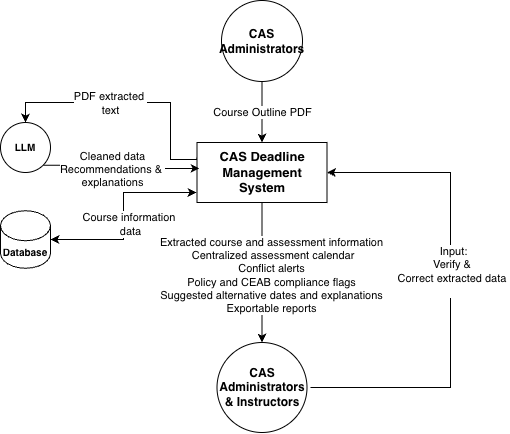
shivyam/cas-course-optimization keeps this draw.io diagram as docs/SRS-IEEE/SystemContext2.3.png. Above is the earlier version. Source tidied: cells renumbered, new cells last; positions are measured from the earlier drawing's top-left corner, leaving out a move shared by most shapes. The source it was exported from:
```xml
<mxGraphModel>
  <root>
    <mxCell id="0" />
    <mxCell id="1" parent="0" />
    <mxCell id="2" style="edgeStyle=orthogonalEdgeStyle;rounded=0;jettySize=auto;html=1;entryX=1;entryY=0.5;entryDx=0;entryDy=0;" parent="1" edge="1" target="9">
      <mxGeometry relative="1" as="geometry">
        <mxPoint x="310" y="387" as="sourcePoint" />
        <Array as="points">
          <mxPoint x="450" y="387" />
          <mxPoint x="450" y="172" />
        </Array>
      </mxGeometry>
    </mxCell>
    <mxCell id="3" value="&lt;div&gt;Input:&lt;/div&gt;&lt;div&gt;Verify &amp;amp;&amp;nbsp;&lt;/div&gt;&lt;div&gt;Correct extracted data&amp;nbsp;&lt;/div&gt;&lt;div&gt;&lt;br&gt;&lt;/div&gt;" style="edgeLabel;html=1;align=center;verticalAlign=middle;" parent="2" vertex="1">
      <mxGeometry x="0.24" y="-3" relative="1" as="geometry">
        <mxPoint y="41" as="offset" />
      </mxGeometry>
    </mxCell>
    <mxCell id="4" value="&lt;p&gt;&lt;b&gt;CAS Administrators &amp;amp; Instructors&lt;/b&gt;&lt;/p&gt;&lt;p&gt;&lt;/p&gt;" style="ellipse;whiteSpace=wrap;html=1;" parent="1" vertex="1">
      <mxGeometry x="216.5" y="342" width="90" height="90" as="geometry" />
    </mxCell>
    <mxCell id="5" style="edgeStyle=orthogonalEdgeStyle;rounded=0;jettySize=auto;html=1;exitX=0.5;exitY=1;exitDx=0;exitDy=0;" parent="1" edge="1" source="9" target="4">
      <mxGeometry relative="1" as="geometry" />
    </mxCell>
    <mxCell id="6" value="&lt;div&gt;&lt;span&gt;Extracted course and assessment information&lt;/span&gt;&lt;/div&gt;&lt;div&gt;&lt;span&gt;&amp;nbsp;Centralized assessment calendar&lt;/span&gt;&lt;/div&gt;&lt;div&gt;&lt;span&gt;Conflict alerts&lt;/span&gt;&lt;/div&gt;&lt;div&gt;&lt;span&gt;Policy and CEAB compliance flags&lt;/span&gt;&lt;/div&gt;&lt;div&gt;&lt;span style=&quot;color: light-dark(rgb(0, 0, 0), rgb(255, 255, 255));&quot;&gt;Suggested alternative dates and explanations&lt;/span&gt;&lt;/div&gt;&lt;div&gt;&lt;span&gt;Exportable reports&lt;/span&gt;&lt;/div&gt;" style="edgeLabel;html=1;align=center;verticalAlign=middle;" parent="5" vertex="1">
      <mxGeometry x="0.14" y="-2" relative="1" as="geometry">
        <mxPoint x="11" y="-7" as="offset" />
      </mxGeometry>
    </mxCell>
    <mxCell id="7" style="edgeStyle=orthogonalEdgeStyle;rounded=0;jettySize=auto;html=1;exitX=0;exitY=0.25;exitDx=0;exitDy=0;entryX=0.5;entryY=0;entryDx=0;entryDy=0;" parent="1" edge="1" source="9" target="12">
      <mxGeometry relative="1" as="geometry">
        <Array as="points">
          <mxPoint x="196" y="159" />
          <mxPoint x="170" y="159" />
          <mxPoint x="170" y="102" />
          <mxPoint x="25" y="102" />
        </Array>
      </mxGeometry>
    </mxCell>
    <mxCell id="8" value="PDF extracted&amp;nbsp;&lt;div&gt;text&lt;/div&gt;" style="edgeLabel;html=1;align=center;verticalAlign=middle;" parent="7" vertex="1">
      <mxGeometry x="-0.08" y="1" relative="1" as="geometry">
        <mxPoint x="-31" as="offset" />
      </mxGeometry>
    </mxCell>
    <mxCell id="9" value="&lt;b&gt;&lt;font style=&quot;font-size: 13px;&quot;&gt;CAS Deadline Management System&lt;/font&gt;&lt;/b&gt;" style="rounded=0;whiteSpace=wrap;html=1;align=center;verticalAlign=top;" parent="1" vertex="1">
      <mxGeometry x="196.5" y="142" width="130" height="60" as="geometry" />
    </mxCell>
    <mxCell id="10" value="Course Outline PDF" style="edgeStyle=orthogonalEdgeStyle;rounded=0;jettySize=auto;html=1;entryX=0.5;entryY=0;entryDx=0;entryDy=0;" parent="1" edge="1" source="11" target="9">
      <mxGeometry x="0.02" relative="1" as="geometry" />
    </mxCell>
    <mxCell id="11" value="&lt;p&gt;&lt;b&gt;CAS Administrators&lt;/b&gt;&lt;/p&gt;&lt;p&gt;&lt;/p&gt;" style="ellipse;whiteSpace=wrap;html=1;" parent="1" vertex="1">
      <mxGeometry x="221" width="81" height="81" as="geometry" />
    </mxCell>
    <mxCell id="12" value="&lt;b&gt;&lt;font style=&quot;font-size: 10px;&quot;&gt;LLM&lt;/font&gt;&lt;/b&gt;" style="ellipse;whiteSpace=wrap;html=1;" parent="1" vertex="1">
      <mxGeometry y="122" width="50" height="50" as="geometry" />
    </mxCell>
    <mxCell id="13" value="&lt;b&gt;&lt;font style=&quot;font-size: 10px;&quot;&gt;Database&lt;/font&gt;&lt;/b&gt;" style="shape=cylinder3;whiteSpace=wrap;html=1;boundedLbl=1;backgroundOutline=1;size=15;" parent="1" vertex="1">
      <mxGeometry y="210.2" width="50" height="57.5" as="geometry" />
    </mxCell>
    <mxCell id="14" style="edgeStyle=orthogonalEdgeStyle;rounded=0;jettySize=auto;html=1;entryX=1;entryY=0.5;entryDx=0;entryDy=0;entryPerimeter=0;startArrow=classic;startFill=1;" parent="1" edge="1" target="13">
      <mxGeometry relative="1" as="geometry">
        <mxPoint x="196" y="192" as="sourcePoint" />
        <Array as="points">
          <mxPoint x="123" y="192" />
          <mxPoint x="123" y="239" />
        </Array>
      </mxGeometry>
    </mxCell>
    <mxCell id="15" value="Course information&amp;nbsp;&lt;div&gt;data&lt;/div&gt;" style="edgeLabel;html=1;align=center;verticalAlign=middle;" parent="14" vertex="1">
      <mxGeometry x="0.09" y="1" relative="1" as="geometry">
        <mxPoint x="6" y="-1" as="offset" />
      </mxGeometry>
    </mxCell>
    <mxCell id="16" style="edgeStyle=orthogonalEdgeStyle;rounded=0;jettySize=auto;html=1;exitX=1;exitY=1;exitDx=0;exitDy=0;entryX=0.019;entryY=0.432;entryDx=0;entryDy=0;entryPerimeter=0;" parent="1" edge="1" source="12" target="9">
      <mxGeometry relative="1" as="geometry" />
    </mxCell>
    <mxCell id="17" value="Cleaned data&lt;div&gt;Recommendations &amp;amp;&amp;nbsp;&lt;/div&gt;&lt;div&gt;explanations&lt;/div&gt;" style="edgeLabel;html=1;align=center;verticalAlign=middle;" parent="16" vertex="1">
      <mxGeometry x="0.12" y="-2" relative="1" as="geometry">
        <mxPoint x="-17" y="-1" as="offset" />
      </mxGeometry>
    </mxCell>
  </root>
</mxGraphModel>
```
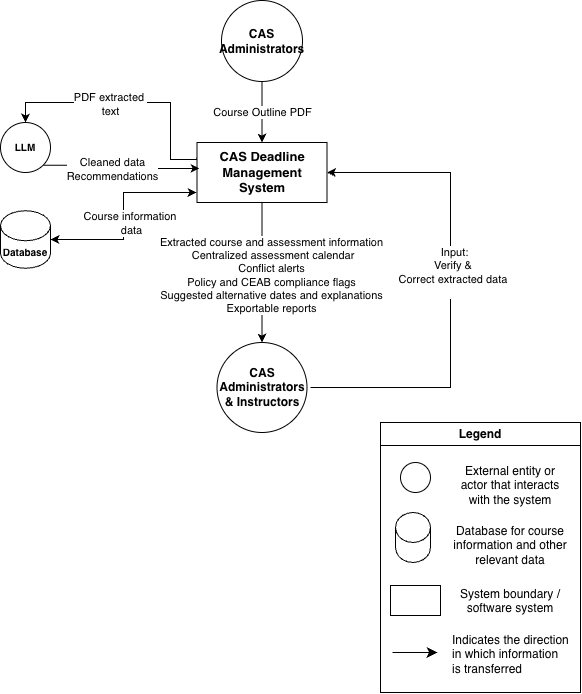
The same diagram one commit later.

Commit message:
address pr comments

What changed in the source:
```diff
@@ -2,16 +2,16 @@
   <root>
     <mxCell id="0" />
     <mxCell id="1" parent="0" />
-    <mxCell id="2" style="edgeStyle=orthogonalEdgeStyle;rounded=0;jettySize=auto;html=1;entryX=1;entryY=0.5;entryDx=0;entryDy=0;" parent="1" edge="1" target="9">
-      <mxGeometry relative="1" as="geometry">
-        <mxPoint x="310" y="387" as="sourcePoint" />
-        <Array as="points">
-          <mxPoint x="450" y="387" />
-          <mxPoint x="450" y="172" />
-        </Array>
-      </mxGeometry>
-    </mxCell>
+    <mxCell id="18" style="edgeStyle=orthogonalEdgeStyle;rounded=0;jettySize=auto;html=1;entryX=1;entryY=0.5;entryDx=0;entryDy=0;" parent="1" edge="1" target="9">
+      <mxGeometry relative="1" as="geometry">
+        <mxPoint x="310" y="387" as="sourcePoint" />
+        <Array as="points">
+          <mxPoint x="450" y="387" />
+          <mxPoint x="450" y="172" />
+        </Array>
+      </mxGeometry>
+    </mxCell>
-    <mxCell id="3" value="&lt;div&gt;Input:&lt;/div&gt;&lt;div&gt;Verify &amp;amp;&amp;nbsp;&lt;/div&gt;&lt;div&gt;Correct extracted data&amp;nbsp;&lt;/div&gt;&lt;div&gt;&lt;br&gt;&lt;/div&gt;" style="edgeLabel;html=1;align=center;verticalAlign=middle;" parent="2" vertex="1">
+    <mxCell id="3" value="&lt;div&gt;Input:&lt;/div&gt;&lt;div&gt;Verify &amp;amp;&amp;nbsp;&lt;/div&gt;&lt;div&gt;Correct extracted data&amp;nbsp;&lt;/div&gt;&lt;div&gt;&lt;br&gt;&lt;/div&gt;" style="edgeLabel;html=1;align=center;verticalAlign=middle;" parent="18" vertex="1">
       <mxGeometry x="0.24" y="-3" relative="1" as="geometry">
         <mxPoint y="41" as="offset" />
       </mxGeometry>
@@ -57,16 +57,16 @@
     <mxCell id="13" value="&lt;b&gt;&lt;font style=&quot;font-size: 10px;&quot;&gt;Database&lt;/font&gt;&lt;/b&gt;" style="shape=cylinder3;whiteSpace=wrap;html=1;boundedLbl=1;backgroundOutline=1;size=15;" parent="1" vertex="1">
       <mxGeometry y="210.2" width="50" height="57.5" as="geometry" />
     </mxCell>
-    <mxCell id="14" style="edgeStyle=orthogonalEdgeStyle;rounded=0;jettySize=auto;html=1;entryX=1;entryY=0.5;entryDx=0;entryDy=0;entryPerimeter=0;startArrow=classic;startFill=1;" parent="1" edge="1" target="13">
-      <mxGeometry relative="1" as="geometry">
-        <mxPoint x="196" y="192" as="sourcePoint" />
-        <Array as="points">
-          <mxPoint x="123" y="192" />
-          <mxPoint x="123" y="239" />
-        </Array>
-      </mxGeometry>
-    </mxCell>
+    <mxCell id="19" style="edgeStyle=orthogonalEdgeStyle;rounded=0;jettySize=auto;html=1;entryX=1;entryY=0.5;entryDx=0;entryDy=0;entryPerimeter=0;startArrow=classic;startFill=1;" parent="1" edge="1" target="13">
+      <mxGeometry relative="1" as="geometry">
+        <mxPoint x="196" y="192" as="sourcePoint" />
+        <Array as="points">
+          <mxPoint x="123" y="192" />
+          <mxPoint x="123" y="239" />
+        </Array>
+      </mxGeometry>
+    </mxCell>
-    <mxCell id="15" value="Course information&amp;nbsp;&lt;div&gt;data&lt;/div&gt;" style="edgeLabel;html=1;align=center;verticalAlign=middle;" parent="14" vertex="1">
+    <mxCell id="15" value="Course information&amp;nbsp;&lt;div&gt;data&lt;/div&gt;" style="edgeLabel;html=1;align=center;verticalAlign=middle;" parent="19" vertex="1">
       <mxGeometry x="0.09" y="1" relative="1" as="geometry">
         <mxPoint x="6" y="-1" as="offset" />
       </mxGeometry>
@@ -74,10 +74,40 @@
     <mxCell id="16" style="edgeStyle=orthogonalEdgeStyle;rounded=0;jettySize=auto;html=1;exitX=1;exitY=1;exitDx=0;exitDy=0;entryX=0.019;entryY=0.432;entryDx=0;entryDy=0;entryPerimeter=0;" parent="1" edge="1" source="12" target="9">
       <mxGeometry relative="1" as="geometry" />
     </mxCell>
-    <mxCell id="17" value="Cleaned data&lt;div&gt;Recommendations &amp;amp;&amp;nbsp;&lt;/div&gt;&lt;div&gt;explanations&lt;/div&gt;" style="edgeLabel;html=1;align=center;verticalAlign=middle;" parent="16" vertex="1">
-      <mxGeometry x="0.12" y="-2" relative="1" as="geometry">
-        <mxPoint x="-17" y="-1" as="offset" />
-      </mxGeometry>
-    </mxCell>
+    <mxCell id="20" value="Cleaned data&lt;div&gt;Recommendations&lt;/div&gt;" style="edgeLabel;html=1;align=center;verticalAlign=middle;" parent="16" vertex="1">
+      <mxGeometry x="0.12" y="-2" relative="1" as="geometry">
+        <mxPoint x="-17" y="-1" as="offset" />
+      </mxGeometry>
+    </mxCell>
+    <mxCell id="21" value="Legend" style="swimlane;whiteSpace=wrap;html=1;" parent="1" vertex="1">
+      <mxGeometry x="380" y="422" width="200" height="270" as="geometry" />
+    </mxCell>
+    <mxCell id="22" style="ellipse;whiteSpace=wrap;html=1;shapeInside=1;" parent="21" vertex="1">
+      <mxGeometry x="20" y="40" width="30" height="30" as="geometry" />
+    </mxCell>
+    <mxCell id="23" value="External entity or actor that interacts with the system" style="text;html=1;whiteSpace=wrap;strokeColor=none;fillColor=none;align=center;verticalAlign=middle;rounded=0;" parent="21" vertex="1">
+      <mxGeometry x="70" y="48" width="120" height="30" as="geometry" />
+    </mxCell>
+    <mxCell id="24" style="shape=cylinder3;whiteSpace=wrap;html=1;boundedLbl=1;backgroundOutline=1;size=15;" parent="21" vertex="1">
+      <mxGeometry x="15" y="90" width="35" height="50" as="geometry" />
+    </mxCell>
+    <mxCell id="25" value="&lt;span&gt;Database&lt;/span&gt;&amp;nbsp;for course information and other relevant data" style="text;whiteSpace=wrap;html=1;align=center;" parent="21" vertex="1">
+      <mxGeometry x="70" y="95" width="120" height="40" as="geometry" />
+    </mxCell>
+    <mxCell id="26" style="rounded=0;whiteSpace=wrap;html=1;" parent="21" vertex="1">
+      <mxGeometry x="10" y="163" width="50" height="30" as="geometry" />
+    </mxCell>
+    <mxCell id="27" value="&lt;span&gt;System &lt;/span&gt;&lt;span&gt;boundary &lt;/span&gt;&lt;span&gt;/ &lt;/span&gt;&lt;span&gt;software &lt;/span&gt;&lt;span&gt;system&lt;/span&gt;" style="text;whiteSpace=wrap;html=1;align=center;" parent="21" vertex="1">
+      <mxGeometry x="70" y="158" width="120" height="40" as="geometry" />
+    </mxCell>
+    <mxCell id="28" style="endArrow=classic;html=1;rounded=0;fontSize=12;startSize=8;endSize=8;curved=1;" parent="21" edge="1">
+      <mxGeometry relative="1" as="geometry">
+        <mxPoint x="12" y="230" as="sourcePoint" />
+        <mxPoint x="57" y="230" as="targetPoint" />
+      </mxGeometry>
+    </mxCell>
+    <mxCell id="29" value="&lt;span&gt;Indicates &lt;/span&gt;&lt;span&gt;the &lt;/span&gt;&lt;span&gt;direction &lt;/span&gt;&lt;span&gt;in &lt;/span&gt;&lt;span&gt;which &lt;/span&gt;&lt;span&gt;information &lt;/span&gt;&lt;span&gt;is &lt;/span&gt;&lt;span&gt;transferred&lt;/span&gt;" style="text;whiteSpace=wrap;html=1;" parent="21" vertex="1">
+      <mxGeometry x="70" y="204" width="120" height="40" as="geometry" />
+    </mxCell>
   </root>
 </mxGraphModel>
```
